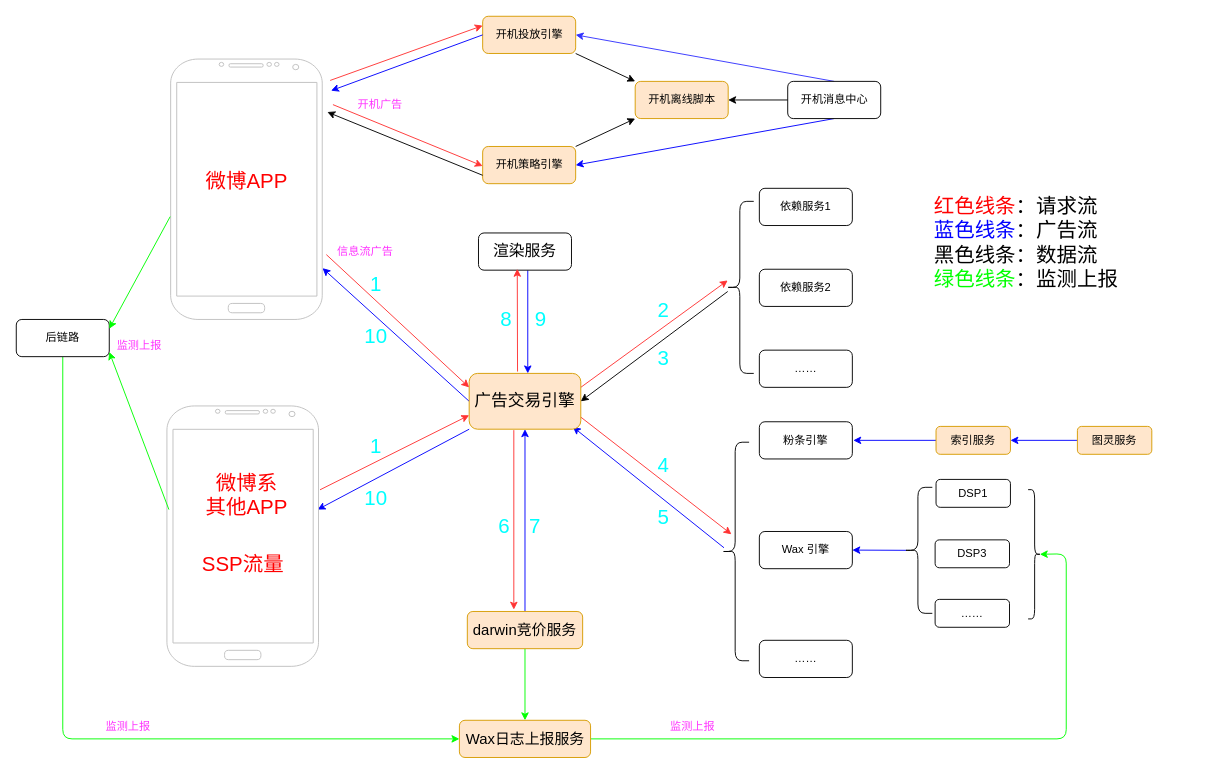
Before: page "1.整体架构图" (1 of 2) of docs/07.绘图/11.微博广告服务流程图.drawio in erlangtui/my-blogs, a draw.io diagram. Source tidied: cells renumbered, new cells numbered last; positions are measured from the earlier drawing's top-left corner, leaving out a move shared by most shapes. Both pictures are drawn from the tidied source at 93%, with x=0, y=0 at pixel (16, 16).
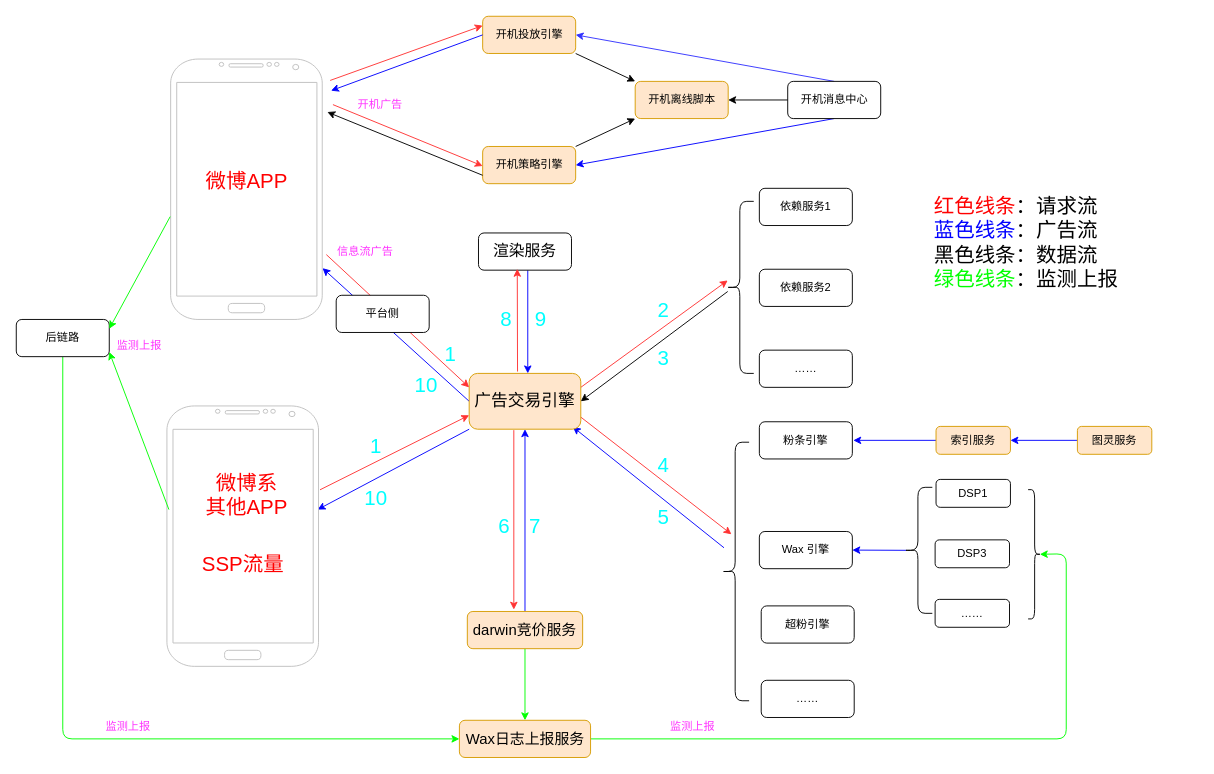
The same diagram, later.

What changed in the source:
```diff
@@
     <mxCell id="7" style="shape=curlyBracket;whiteSpace=wrap;html=1;rounded=1;labelPosition=left;verticalLabelPosition=middle;align=right;verticalAlign=middle;" parent="1" vertex="1">
-      <mxGeometry x="758" y="458" width="30" height="235" as="geometry" />
+      <mxGeometry x="758" y="458" width="30" height="278" as="geometry" />
     </mxCell>
@@
-    <mxCell id="9" value="……" style="rounded=1;whiteSpace=wrap;html=1;flipV=1;flipH=1;" parent="1" vertex="1">
-      <mxGeometry x="799" y="671" width="100" height="40" as="geometry" />
-    </mxCell>
@@
     <mxCell id="38" value="&lt;font color=&quot;#00ffff&quot;&gt;1&lt;/font&gt;" style="text;strokeColor=none;align=center;fillColor=none;html=1;verticalAlign=middle;whiteSpace=wrap;rounded=0;fontSize=22;fontColor=#FF33FF;" parent="1" vertex="1">
-      <mxGeometry x="357" y="273.5" width="60" height="30" as="geometry" />
+      <mxGeometry x="437" y="349" width="60" height="30" as="geometry" />
     </mxCell>
@@
     <mxCell id="69" style="group;" parent="1" vertex="1">
-      <mxGeometry x="799" y="498" width="303" height="159" as="geometry" />
+      <mxGeometry x="799" y="498" width="303" height="176" as="geometry" />
     </mxCell>
@@
+    <mxCell id="9" value="超粉引擎" style="rounded=1;whiteSpace=wrap;html=1;flipV=1;flipH=1;" parent="69" vertex="1">
+      <mxGeometry x="2" y="136" width="100" height="40" as="geometry" />
+    </mxCell>
@@
     <mxCell id="81" value="&lt;font color=&quot;#00ffff&quot;&gt;10&lt;/font&gt;" style="text;strokeColor=none;align=center;fillColor=none;html=1;verticalAlign=middle;whiteSpace=wrap;rounded=0;fontSize=22;fontColor=#FF33FF;" parent="1" vertex="1">
-      <mxGeometry x="357" y="330" width="60" height="30" as="geometry" />
+      <mxGeometry x="411" y="382" width="60" height="30" as="geometry" />
     </mxCell>
@@
+    <mxCell id="83" value="……" style="rounded=1;whiteSpace=wrap;html=1;flipV=1;flipH=1;" parent="1" vertex="1">
+      <mxGeometry x="801" y="714" width="100" height="40" as="geometry" />
+    </mxCell>
+    <mxCell id="84" value="平台侧" style="rounded=1;whiteSpace=wrap;html=1;flipV=1;flipH=1;" parent="1" vertex="1">
+      <mxGeometry x="344" y="300" width="100" height="40" as="geometry" />
+    </mxCell>
```
